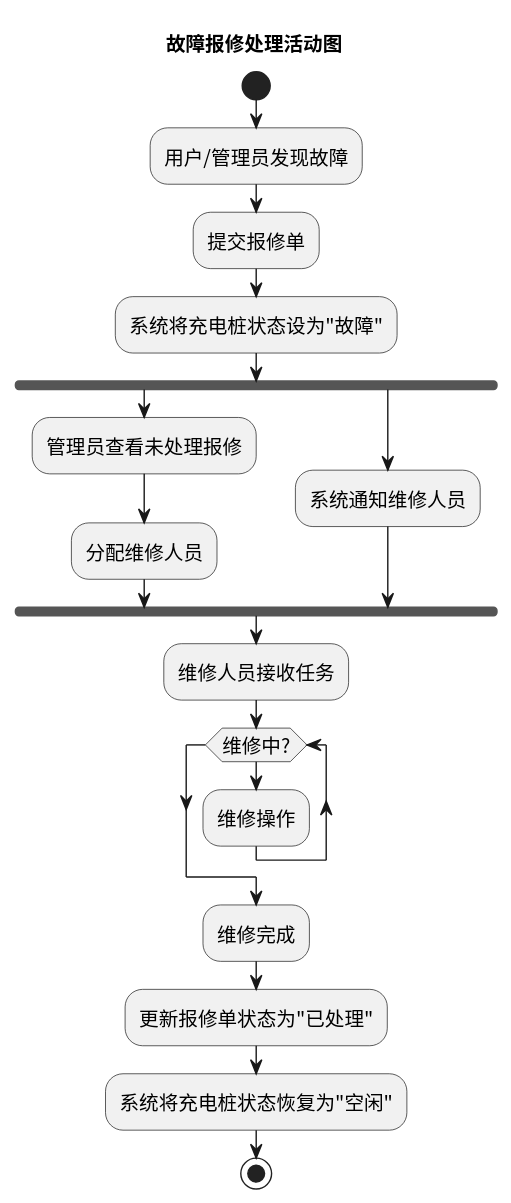
The PlantUML diagram activity/img/activity_repair.svg in greenhandzdl/charging-station-doc, before a commit.
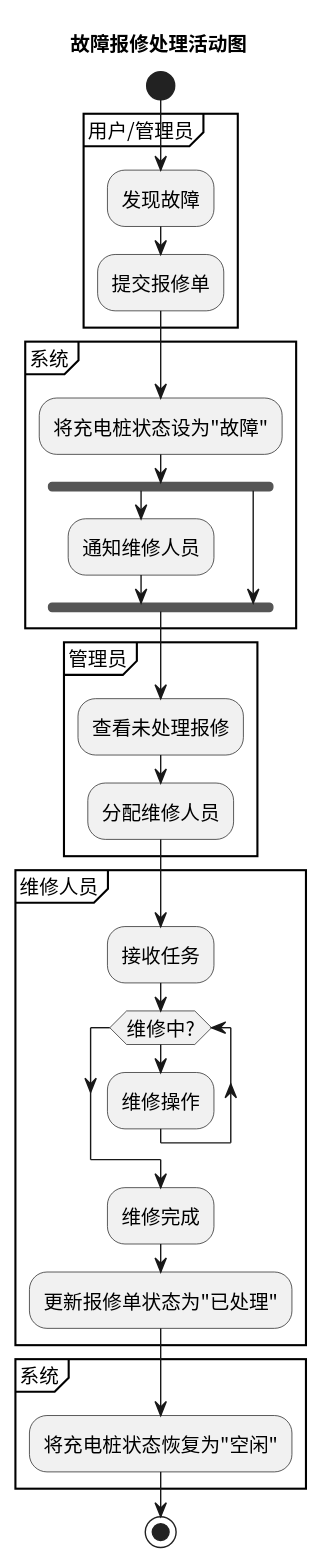
Above is the later version.

Change to the diagram source:
```diff
@@ -4,28 +4,36 @@
 title 故障报修处理活动图
 start
 
-:用户/管理员发现故障;
-:提交报修单;
-:系统将充电桩状态设为"故障";
+partition "用户/管理员" {
+  :发现故障;
+  :提交报修单;
+}
 
-fork
-  :管理员查看未处理报修;
+partition "系统" {
+  :将充电桩状态设为"故障";
+  fork
+    :通知维修人员;
+  fork again
+  endfork
+}
+
+partition "管理员" {
+  :查看未处理报修;
   :分配维修人员;
-fork again
-  :系统通知维修人员;
-endfork
+}
 
-:维修人员接收任务;
+partition "维修人员" {
+  :接收任务;
+  while (维修中?)
+    :维修操作;
+  endwhile
+  :维修完成;
+  :更新报修单状态为"已处理";
+}
 
-while (维修中?)
-  :维修操作;
-endwhile
-
-:维修完成;
-
-:更新报修单状态为"已处理";
-
-:系统将充电桩状态恢复为"空闲";
+partition "系统" {
+  :将充电桩状态恢复为"空闲";
+}
 
 stop
 @enduml
```
